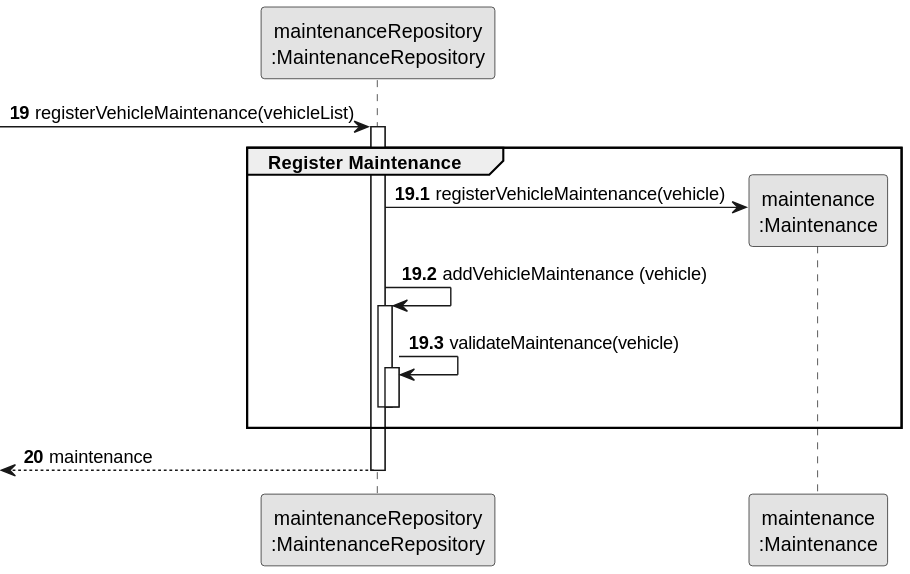
diogoveirospro/lei-24-s2-1dg-g072 keeps this PlantUML diagram as docs/sprintB/us007/03.design/svg/us007-sequence-diagram-partial-register-maintenance.svg. Above is the earlier version.
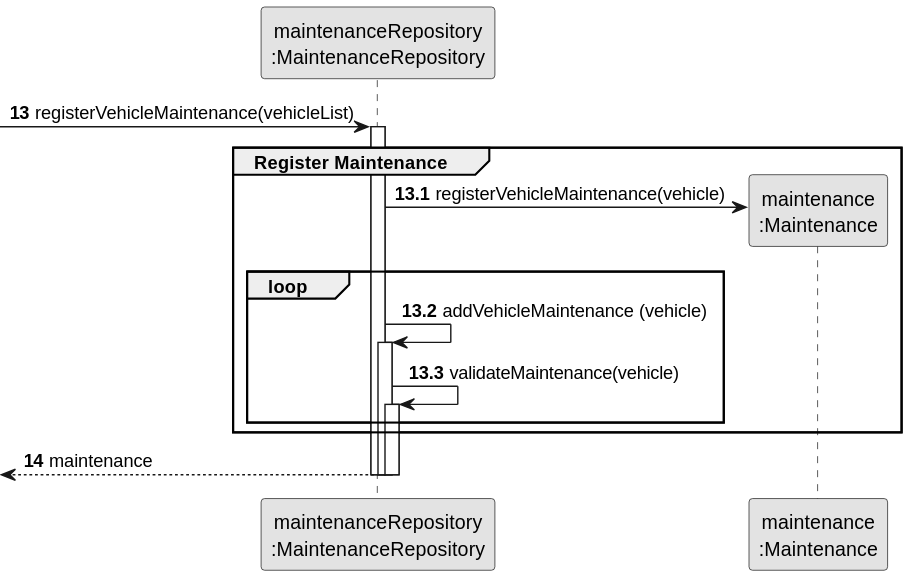
After the commit.

What changed in the source:
```diff
@@ -6,24 +6,26 @@
 participant "maintenanceRepository\n:MaintenanceRepository" as MAINREP
 participant "maintenance\n:Maintenance" as MAINTENANCE
 
-autonumber 19
+autonumber 13
 -> MAINREP: registerVehicleMaintenance(vehicleList)
 
-autonumber 19.1
+autonumber 13.1
 activate MAINREP
     group Register Maintenance
 
         MAINREP -> MAINTENANCE**: registerVehicleMaintenance(vehicle)
+        loop
         MAINREP -> MAINREP: addVehicleMaintenance (vehicle)
 
         activate MAINREP
             MAINREP -> MAINREP: validateMaintenance(vehicle)
             activate MAINREP
+        end
+        end
+    autonumber 14
+    <-- MAINREP : maintenance
+     deactivate MAINREP
+
             deactivate MAINREP
-
-        deactivate MAINREP
-        end
-    autonumber 20
-    <-- MAINREP : maintenance
         deactivate MAINREP
 @enduml
```
